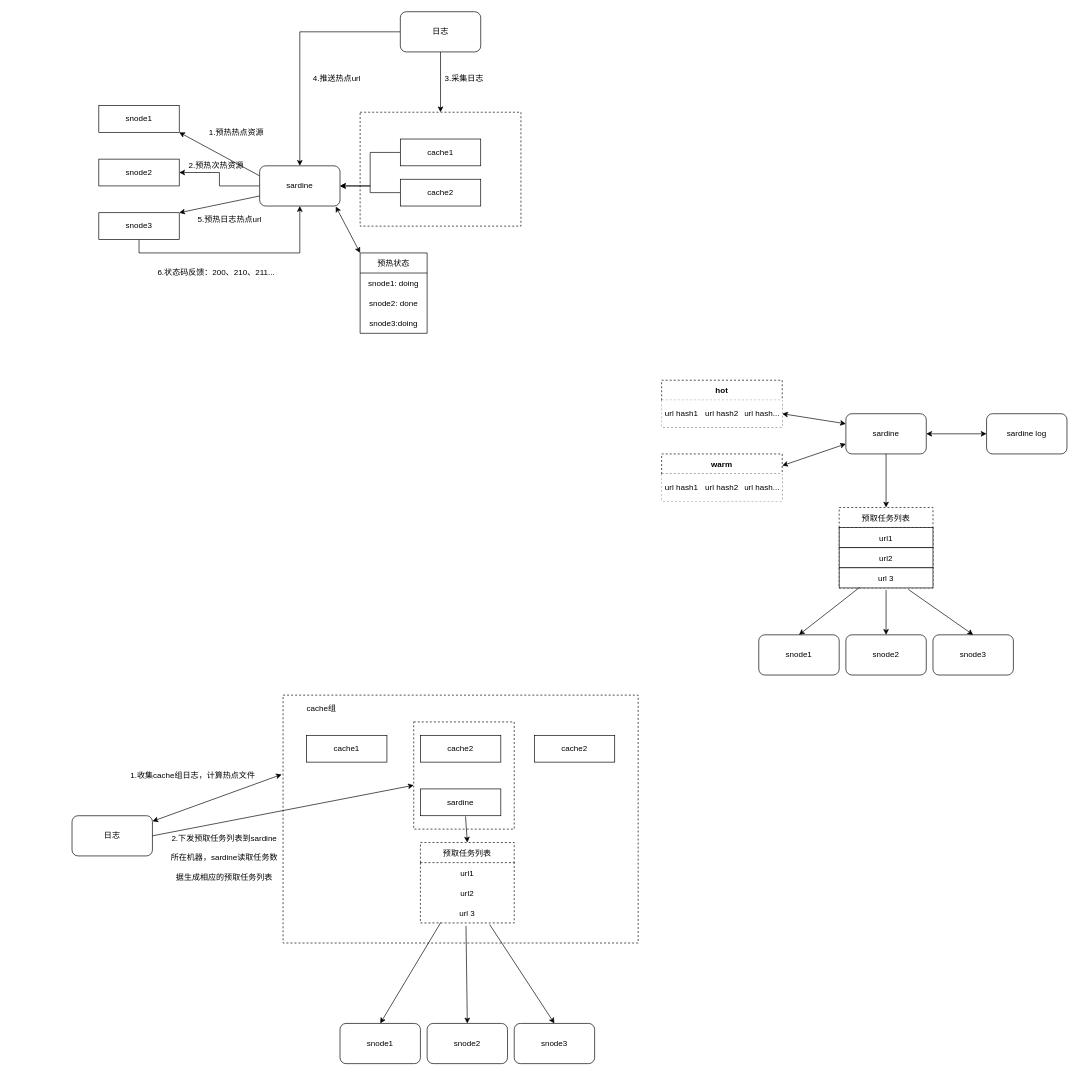
This is Untitled Diagram.drawio from FreeMind-LJ/ThreadPool, a draw.io file, before an edit. Source tidied: cells renumbered, new cells numbered last; positions are measured from the earlier drawing's top-left corner, leaving out a move shared by most shapes. Both pictures are drawn from the tidied source at 67%, with x=0, y=0 at pixel (72, 11).
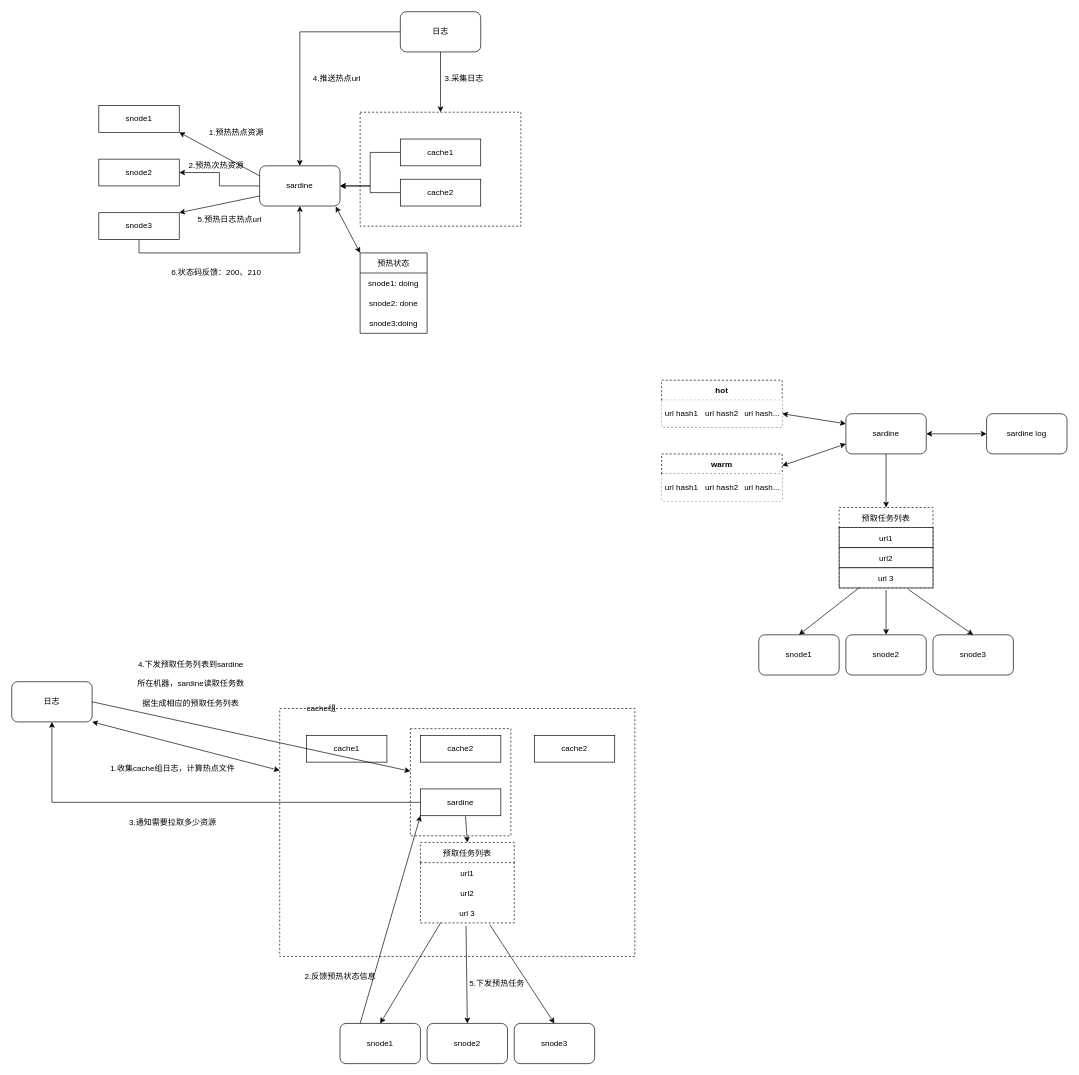
After the change.

The change refers to these unchanged cells:
```xml
<mxCell id="66" value="snode1" style="rounded=1;whiteSpace=wrap;html=1;" parent="1" vertex="1">
  <mxGeometry x="400" y="1510" width="120" height="60" as="geometry" />
</mxCell>
```

The edit, as a diff of the source:
```diff
@@
-    <mxCell id="52" value="日志" style="rounded=1;whiteSpace=wrap;html=1;fillColor=none;align=center;" parent="1" vertex="1">
-      <mxGeometry y="1200" width="120" height="60" as="geometry" />
+    <mxCell id="52" value="日志" style="rounded=1;whiteSpace=wrap;html=1;fillColor=none;align=center;strokeColor=default;fontColor=default;" parent="1" vertex="1">
+      <mxGeometry x="-90" y="1000" width="120" height="60" as="geometry" />
     </mxCell>
-    <mxCell id="53" style="rounded=0;whiteSpace=wrap;html=1;dashed=1;fillColor=none;align=center;" parent="1" vertex="1">
-      <mxGeometry x="315" y="1020" width="530" height="370" as="geometry" />
+    <mxCell id="53" style="rounded=0;whiteSpace=wrap;html=1;dashed=1;fillColor=none;align=center;strokeColor=default;fontColor=default;" parent="1" vertex="1">
+      <mxGeometry x="310" y="1040" width="530" height="370" as="geometry" />
     </mxCell>
@@
+    <mxCell id="78" style="edgeStyle=orthogonalEdgeStyle;rounded=0;jettySize=auto;html=1;labelBackgroundColor=default;fontColor=default;strokeColor=default;" parent="1" edge="1" source="55" target="52">
+      <mxGeometry relative="1" as="geometry" />
+    </mxCell>
-    <mxCell id="55" value="sardine" style="rounded=0;whiteSpace=wrap;html=1;" parent="1" vertex="1">
+    <mxCell id="55" value="sardine" style="rounded=0;whiteSpace=wrap;html=1;fillColor=default;strokeColor=default;" parent="1" vertex="1">
       <mxGeometry x="520" y="1160" width="120" height="40" as="geometry" />
     </mxCell>
-    <mxCell id="56" value="1.收集cache组日志，计算热点文件" style="text;html=1;align=center;verticalAlign=middle;strokeColor=none;fillColor=none;" parent="1" vertex="1">
-      <mxGeometry x="80" y="1130" width="200" height="20" as="geometry" />
+    <mxCell id="56" value="1.收集cache组日志，计算热点文件" style="text;html=1;align=center;verticalAlign=middle;strokeColor=none;fillColor=none;fontColor=default;" parent="1" vertex="1">
+      <mxGeometry x="50" y="1120" width="200" height="20" as="geometry" />
     </mxCell>
@@
-    <mxCell id="67" style="endArrow=classic;startArrow=classic;html=1;exitX=1;exitY=0.139;exitDx=0;exitDy=0;entryX=-0.004;entryY=0.32;entryDx=0;entryDy=0;entryPerimeter=0;exitPerimeter=0;" parent="1" edge="1" source="52" target="53">
+    <mxCell id="67" style="endArrow=classic;startArrow=classic;html=1;exitX=1;exitY=1;exitDx=0;exitDy=0;entryX=0;entryY=0.25;entryDx=0;entryDy=0;strokeColor=default;labelBackgroundColor=default;fontColor=default;" parent="1" edge="1" source="52" target="53">
       <mxGeometry relative="1" as="geometry" />
     </mxCell>
@@
-    <mxCell id="69" style="rounded=0;whiteSpace=wrap;html=1;fillColor=none;align=center;dashed=1;" parent="1" vertex="1">
-      <mxGeometry x="510" y="1060" width="150" height="160" as="geometry" />
+    <mxCell id="69" style="rounded=0;whiteSpace=wrap;html=1;fillColor=none;align=center;dashed=1;strokeColor=default;fontColor=default;" parent="1" vertex="1">
+      <mxGeometry x="505" y="1070" width="150" height="160" as="geometry" />
     </mxCell>
@@
-    <mxCell id="71" value="&lt;h1&gt;&lt;span style=&quot;font-size: 12px ; font-weight: 400&quot;&gt;2.下发预取任务列表到sardine所在机器，sardine读取任务数据生成相应的预取任务列表&lt;/span&gt;&lt;br&gt;&lt;/h1&gt;" style="text;html=1;strokeColor=none;fillColor=none;spacing=5;spacingTop=-20;whiteSpace=wrap;overflow=hidden;rounded=0;dashed=1;align=center;" parent="1" vertex="1">
-      <mxGeometry x="140" y="1210" width="175" height="100" as="geometry" />
+    <mxCell id="71" value="&lt;h1&gt;&lt;span style=&quot;font-size: 12px ; font-weight: 400&quot;&gt;4.下发预取任务列表到sardine所在机器，sardine读取任务数据生成相应的预取任务列表&lt;/span&gt;&lt;br&gt;&lt;/h1&gt;" style="text;html=1;strokeColor=none;fillColor=none;spacing=5;spacingTop=-20;whiteSpace=wrap;overflow=hidden;rounded=0;dashed=1;align=center;fontColor=default;" parent="1" vertex="1">
+      <mxGeometry x="90" y="950" width="175" height="100" as="geometry" />
     </mxCell>
-    <mxCell id="72" value="6.状态码反馈：200、210、211..." style="text;html=1;align=center;verticalAlign=middle;strokeColor=none;fillColor=none;fontColor=default;" parent="1" vertex="1">
-      <mxGeometry x="120" y="380" width="190" height="20" as="geometry" />
+    <mxCell id="72" value="6.状态码反馈：200、210" style="text;html=1;align=center;verticalAlign=middle;strokeColor=none;fillColor=none;fontColor=default;" parent="1" vertex="1">
+      <mxGeometry x="140" y="380" width="150" height="20" as="geometry" />
     </mxCell>
@@
+    <mxCell id="79" style="endArrow=classic;html=1;rounded=0;labelBackgroundColor=default;fontColor=default;strokeColor=default;entryX=0;entryY=1;entryDx=0;entryDy=0;exitX=0.25;exitY=0;exitDx=0;exitDy=0;" parent="1" edge="1" source="66" target="55">
+      <mxGeometry relative="1" as="geometry" />
+    </mxCell>
+    <mxCell id="80" value="2.反馈预热状态信息" style="text;html=1;align=center;verticalAlign=middle;strokeColor=none;fillColor=none;fontColor=default;" parent="1" vertex="1">
+      <mxGeometry x="340" y="1430" width="120" height="20" as="geometry" />
+    </mxCell>
+    <mxCell id="81" value="3.通知需要拉取多少资源" style="text;html=1;align=center;verticalAlign=middle;strokeColor=none;fillColor=none;fontColor=default;" parent="1" vertex="1">
+      <mxGeometry x="75" y="1200" width="150" height="20" as="geometry" />
+    </mxCell>
+    <mxCell id="82" value="5.下发预热任务" style="text;html=1;align=center;verticalAlign=middle;strokeColor=none;fillColor=none;fontColor=default;" parent="1" vertex="1">
+      <mxGeometry x="584" y="1440" width="100" height="20" as="geometry" />
+    </mxCell>
```
